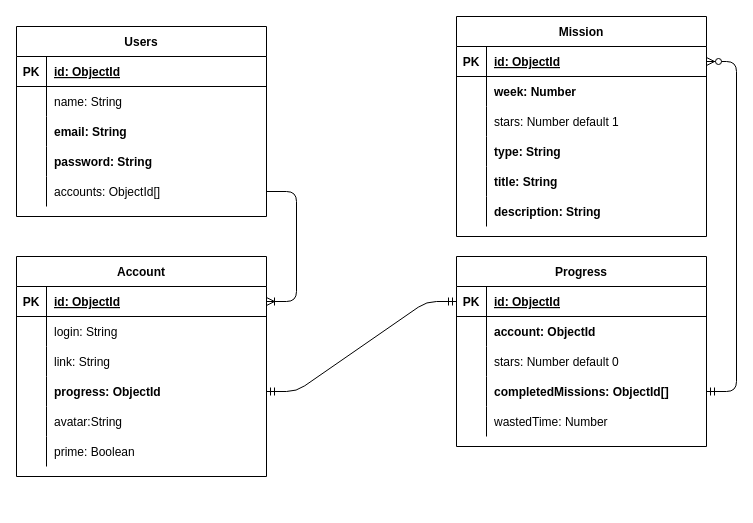
The draw.io diagram brokenfuck.drawio in greatstudentkaze/brokenfuck, before the edit. Source tidied: cells renumbered, new cells numbered last; positions are measured from the earlier drawing's top-left corner, leaving out a move shared by most shapes. Both pictures are drawn from the tidied source at 100%, with x=0, y=0 at pixel (16, 16).
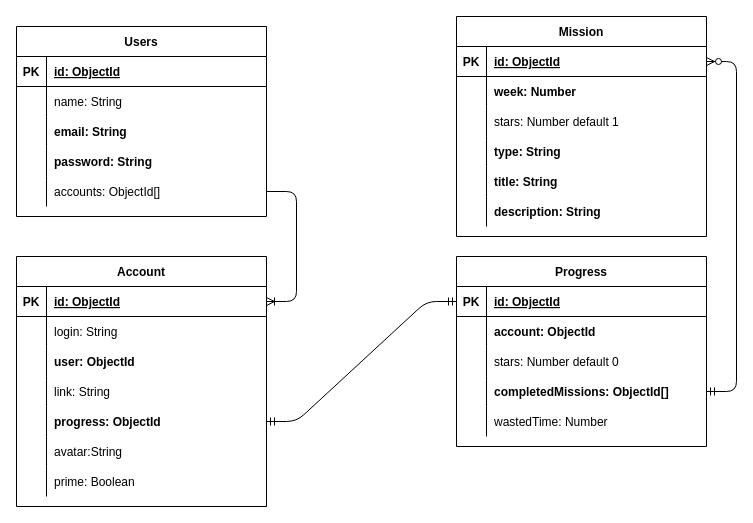
The same diagram, later.

Commit message (it also covers changes not shown here):
feat(server): add account creation and all user accounts getting

The edit, as a diff of the source:
```diff
@@
     <mxCell id="18" value="Account" style="shape=table;startSize=30;childLayout=tableLayout;rowLines=0;fontStyle=1;align=center;" parent="1" vertex="1">
-      <mxGeometry y="240" width="250" height="220" as="geometry" />
+      <mxGeometry y="240" width="250" height="250" as="geometry" />
     </mxCell>
@@
+    <mxCell id="75" style="shape=partialRectangle;fillColor=none;top=0;left=0;right=0;bottom=0;" parent="18" vertex="1">
+      <mxGeometry y="90" width="250" height="30" as="geometry" />
+    </mxCell>
+    <mxCell id="76" style="shape=partialRectangle;overflow=hidden;fillColor=none;top=0;left=0;bottom=0;right=0;" parent="75" vertex="1">
+      <mxGeometry width="30" height="30" as="geometry" />
+    </mxCell>
+    <mxCell id="77" value="user: ObjectId" style="shape=partialRectangle;overflow=hidden;fillColor=none;top=0;left=0;bottom=0;right=0;align=left;spacingLeft=6;fontStyle=1;" parent="75" vertex="1">
+      <mxGeometry x="30" width="220" height="30" as="geometry" />
+    </mxCell>
     <mxCell id="25" style="shape=partialRectangle;fillColor=none;top=0;left=0;right=0;bottom=0;" parent="18" vertex="1">
-      <mxGeometry y="90" width="250" height="30" as="geometry" />
+      <mxGeometry y="120" width="250" height="30" as="geometry" />
     </mxCell>
@@
     <mxCell id="28" style="shape=partialRectangle;fillColor=none;points=[[0,0.5],[1,0.5]];portConstraint=eastwest;top=0;left=0;right=0;bottom=0;" parent="18" vertex="1">
-      <mxGeometry y="120" width="250" height="30" as="geometry" />
+      <mxGeometry y="150" width="250" height="30" as="geometry" />
     </mxCell>
@@
     <mxCell id="31" style="shape=partialRectangle;fillColor=none;top=0;left=0;right=0;bottom=0;" parent="18" vertex="1">
-      <mxGeometry y="150" width="250" height="30" as="geometry" />
+      <mxGeometry y="180" width="250" height="30" as="geometry" />
     </mxCell>
@@
     <mxCell id="34" style="shape=partialRectangle;fillColor=none;top=0;left=0;right=0;bottom=0;" parent="18" vertex="1">
-      <mxGeometry y="180" width="250" height="30" as="geometry" />
+      <mxGeometry y="210" width="250" height="30" as="geometry" />
     </mxCell>
```
